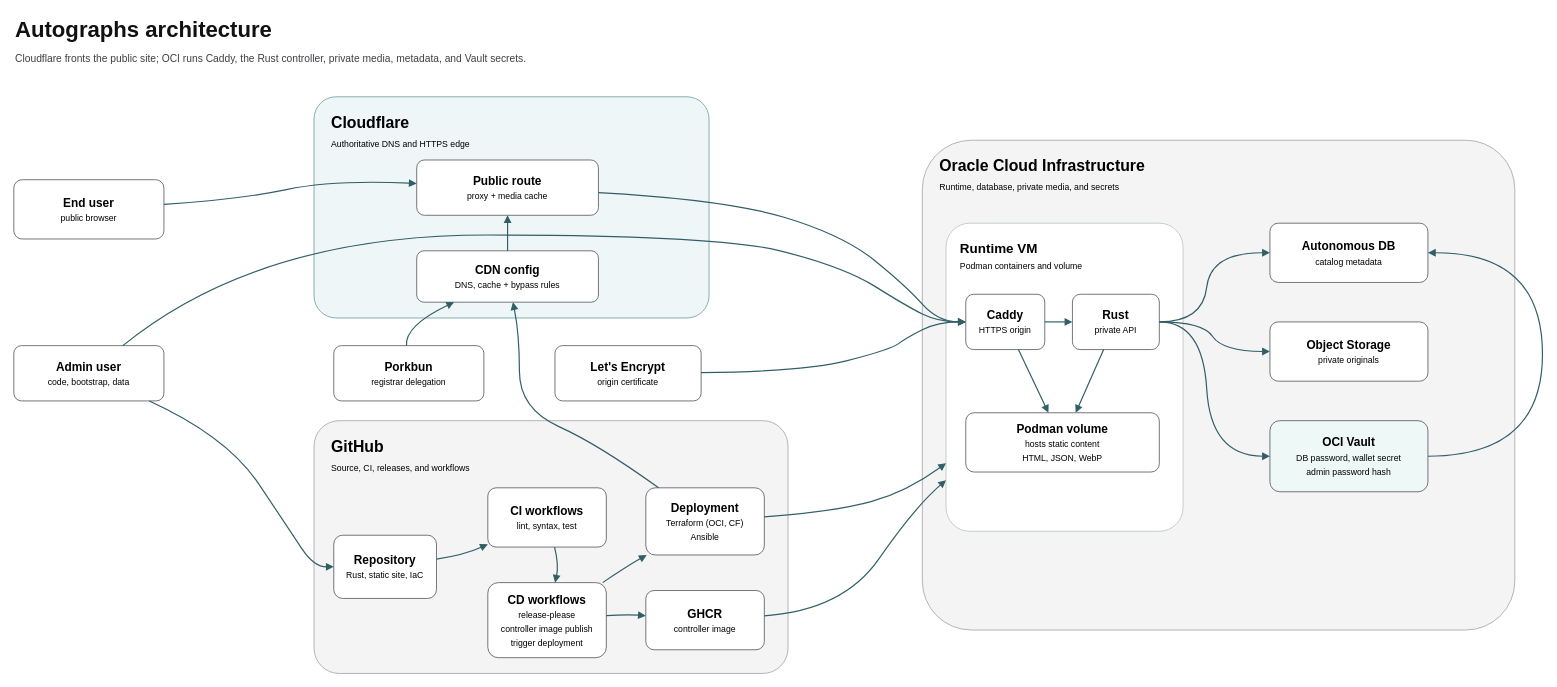
This is docs/architecture.drawio from jetsaredim/autographs, a draw.io file, before an edit. Source tidied: cells renumbered, new cells numbered last; positions are measured from the earlier drawing's top-left corner, leaving out a move shared by most shapes. Both pictures are drawn from the tidied source at 79%, with x=0, y=0 at pixel (13, 13).
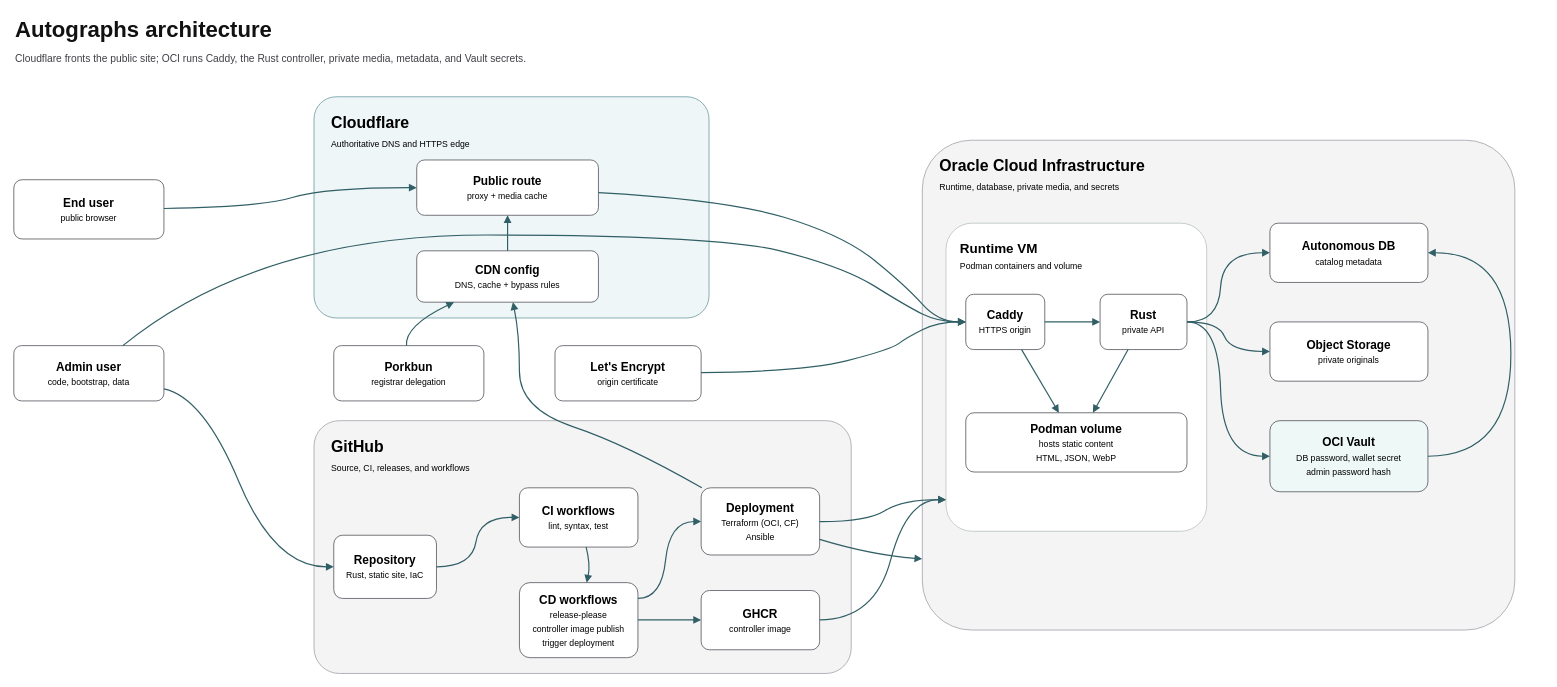
The same diagram, later.

Commit message (it also covers changes not shown here):
docs: refine architecture deployment and workflow flows

The change refers to these unchanged cells:
```xml
<mxCell id="6" value="&lt;b&gt;Oracle Cloud Infrastructure&lt;/b&gt;&lt;br&gt;&lt;font style=&quot;font-size: 11px; font-weight: 400;&quot;&gt;Runtime, database, private media, and secrets&lt;/font&gt;" style="rounded=1;whiteSpace=wrap;html=1;fillColor=#f4f4f5;strokeColor=#a1a1aa;arcSize=10;align=left;verticalAlign=top;spacingLeft=20;spacingTop=14;fontSize=20;fontStyle=1;" parent="1" vertex="1">
  <mxGeometry x="1150" y="160" width="750" height="620" as="geometry" />
</mxCell>
<mxCell id="8" value="&lt;b&gt;Public route&lt;/b&gt;&lt;br&gt;&lt;font style=&quot;font-size: 11px; font-weight: 400;&quot;&gt;proxy + media cache&lt;/font&gt;" style="rounded=1;whiteSpace=wrap;html=1;fillColor=#ffffff;strokeColor=#52525b;arcSize=14;align=center;verticalAlign=middle;fontSize=15;" parent="1" vertex="1">
  <mxGeometry x="510" y="185" width="230" height="70" as="geometry" />
</mxCell>
<mxCell id="9" value="&lt;b&gt;CDN config&lt;/b&gt;&lt;br&gt;&lt;font style=&quot;font-size: 11px; font-weight: 400;&quot;&gt;DNS, cache + bypass rules&lt;/font&gt;" style="rounded=1;whiteSpace=wrap;html=1;fillColor=#ffffff;strokeColor=#52525b;arcSize=14;align=center;verticalAlign=middle;fontSize=15;" parent="1" vertex="1">
  <mxGeometry x="510" y="300" width="230" height="65" as="geometry" />
</mxCell>
<mxCell id="10" value="&lt;b&gt;Repository&lt;/b&gt;&lt;br&gt;&lt;font style=&quot;font-size: 11px; font-weight: 400;&quot;&gt;Rust, static site, IaC&lt;/font&gt;" style="rounded=1;whiteSpace=wrap;html=1;fillColor=#ffffff;strokeColor=#52525b;arcSize=14;align=center;verticalAlign=middle;fontSize=15;" parent="1" vertex="1">
  <mxGeometry x="405" y="660" width="130" height="80" as="geometry" />
</mxCell>
<mxCell id="18" value="&lt;b&gt;Autonomous DB&lt;/b&gt;&lt;br&gt;&lt;font style=&quot;font-size: 11px; font-weight: 400;&quot;&gt;catalog metadata&lt;/font&gt;" style="rounded=1;whiteSpace=wrap;html=1;fillColor=#ffffff;strokeColor=#52525b;arcSize=14;align=center;verticalAlign=middle;fontSize=15;" parent="1" vertex="1">
  <mxGeometry x="1590" y="265" width="200" height="75" as="geometry" />
</mxCell>
<mxCell id="19" value="&lt;b&gt;Object Storage&lt;/b&gt;&lt;br&gt;&lt;font style=&quot;font-size: 11px; font-weight: 400;&quot;&gt;private originals&lt;/font&gt;" style="rounded=1;whiteSpace=wrap;html=1;fillColor=#ffffff;strokeColor=#52525b;arcSize=14;align=center;verticalAlign=middle;fontSize=15;" parent="1" vertex="1">
  <mxGeometry x="1590" y="390" width="200" height="75" as="geometry" />
</mxCell>
<mxCell id="20" value="&lt;b&gt;OCI Vault&lt;/b&gt;&lt;br&gt;&lt;font style=&quot;font-size: 11px; font-weight: 400;&quot;&gt;DB password, wallet secret&lt;br&gt;admin password hash&lt;/font&gt;" style="rounded=1;whiteSpace=wrap;html=1;fillColor=#eef8f6;strokeColor=#52525b;arcSize=14;align=center;verticalAlign=middle;fontSize=15;" parent="1" vertex="1">
  <mxGeometry x="1590" y="515" width="200" height="90" as="geometry" />
</mxCell>
<mxCell id="21" value="&lt;b&gt;End user&lt;/b&gt;&lt;br&gt;&lt;font style=&quot;font-size: 11px; font-weight: 400;&quot;&gt;public browser&lt;/font&gt;" style="rounded=1;whiteSpace=wrap;html=1;fillColor=#ffffff;strokeColor=#52525b;arcSize=14;align=center;verticalAlign=middle;fontSize=15;" parent="1" vertex="1">
  <mxGeometry y="210" width="190" height="75" as="geometry" />
</mxCell>
<mxCell id="23" value="&lt;b&gt;Admin user&lt;/b&gt;&lt;br&gt;&lt;font style=&quot;font-size: 11px; font-weight: 400;&quot;&gt;code, bootstrap, data&lt;/font&gt;" style="rounded=1;whiteSpace=wrap;html=1;fillColor=#ffffff;strokeColor=#52525b;arcSize=14;align=center;verticalAlign=middle;fontSize=15;" parent="1" vertex="1">
  <mxGeometry y="420" width="190" height="70" as="geometry" />
</mxCell>
```

Change to the diagram source:
```diff
@@
     <mxCell id="5" value="&lt;b&gt;GitHub&lt;/b&gt;&lt;br&gt;&lt;font style=&quot;font-size: 11px; font-weight: 400;&quot;&gt;Source, CI, releases, and workflows&lt;/font&gt;" style="rounded=1;whiteSpace=wrap;html=1;fillColor=#f4f4f5;strokeColor=#a1a1aa;arcSize=10;align=left;verticalAlign=top;spacingLeft=20;spacingTop=14;fontSize=20;fontStyle=1;" parent="1" vertex="1">
-      <mxGeometry x="380" y="515" width="600" height="320" as="geometry" />
+      <mxGeometry x="380" y="515" width="680" height="320" as="geometry" />
     </mxCell>
@@
     <mxCell id="7" value="&lt;b&gt;Runtime VM&lt;/b&gt;&lt;br&gt;&lt;font style=&quot;font-size: 11px; font-weight: 400;&quot;&gt;Podman containers and volume&lt;/font&gt;" style="rounded=1;whiteSpace=wrap;html=1;fillColor=#ffffff;strokeColor=#b8c3bf;arcSize=10;align=left;verticalAlign=top;spacingLeft=16;spacingTop=16;fontSize=17;fontStyle=1;" parent="1" vertex="1">
-      <mxGeometry x="1180" y="265" width="300" height="390" as="geometry" />
+      <mxGeometry x="1180" y="265" width="330" height="390" as="geometry" />
     </mxCell>
@@
     <mxCell id="11" value="&lt;b&gt;CI workflows&lt;/b&gt;&lt;br&gt;&lt;font style=&quot;font-size: 11px; font-weight: 400;&quot;&gt;lint, syntax, test&lt;/font&gt;" style="rounded=1;whiteSpace=wrap;html=1;fillColor=#ffffff;strokeColor=#52525b;arcSize=14;align=center;verticalAlign=middle;fontSize=15;" parent="1" vertex="1">
-      <mxGeometry x="600" y="600" width="150" height="75" as="geometry" />
+      <mxGeometry x="640" y="600" width="150" height="75" as="geometry" />
     </mxCell>
     <mxCell id="12" value="&lt;b&gt;CD workflows&lt;/b&gt;&lt;br&gt;&lt;font style=&quot;font-size: 11px; font-weight: 400;&quot;&gt;release-please&lt;br&gt;controller image publish&lt;br&gt;trigger deployment&lt;/font&gt;" style="rounded=1;whiteSpace=wrap;html=1;fillColor=#ffffff;strokeColor=#52525b;arcSize=14;align=center;verticalAlign=middle;fontSize=15;" parent="1" vertex="1">
-      <mxGeometry x="600" y="720" width="150" height="95" as="geometry" />
+      <mxGeometry x="640" y="720" width="150" height="95" as="geometry" />
     </mxCell>
     <mxCell id="13" value="&lt;b&gt;Deployment&lt;/b&gt;&lt;br&gt;&lt;font style=&quot;font-size: 11px; font-weight: 400;&quot;&gt;Terraform (OCI, CF)&lt;br&gt;Ansible&lt;/font&gt;" style="rounded=1;whiteSpace=wrap;html=1;fillColor=#ffffff;strokeColor=#52525b;arcSize=14;align=center;verticalAlign=middle;fontSize=15;" parent="1" vertex="1">
-      <mxGeometry x="800" y="600" width="150" height="85" as="geometry" />
+      <mxGeometry x="870" y="600" width="150" height="85" as="geometry" />
     </mxCell>
     <mxCell id="14" value="&lt;b&gt;GHCR&lt;/b&gt;&lt;br&gt;&lt;font style=&quot;font-size: 11px; font-weight: 400;&quot;&gt;controller image&lt;/font&gt;" style="rounded=1;whiteSpace=wrap;html=1;fillColor=#ffffff;strokeColor=#52525b;arcSize=14;align=center;verticalAlign=middle;fontSize=15;" parent="1" vertex="1">
-      <mxGeometry x="800" y="730" width="150" height="75" as="geometry" />
+      <mxGeometry x="870" y="730" width="150" height="75" as="geometry" />
     </mxCell>
@@
     <mxCell id="16" value="&lt;b&gt;Rust&lt;/b&gt;&lt;br&gt;&lt;font style=&quot;font-size: 11px; font-weight: 400;&quot;&gt;private API&lt;/font&gt;" style="rounded=1;whiteSpace=wrap;html=1;fillColor=#ffffff;strokeColor=#52525b;arcSize=14;align=center;verticalAlign=middle;fontSize=15;" parent="1" vertex="1">
-      <mxGeometry x="1340" y="355" width="110" height="70" as="geometry" />
+      <mxGeometry x="1375" y="355" width="110" height="70" as="geometry" />
     </mxCell>
     <mxCell id="17" value="&lt;b&gt;Podman volume&lt;/b&gt;&lt;br&gt;&lt;font style=&quot;font-size: 11px; font-weight: 400;&quot;&gt;hosts static content&lt;br&gt;HTML, JSON, WebP&lt;/font&gt;" style="rounded=1;whiteSpace=wrap;html=1;fillColor=#ffffff;strokeColor=#52525b;arcSize=14;align=center;verticalAlign=middle;fontSize=15;" parent="1" vertex="1">
-      <mxGeometry x="1205" y="505" width="245" height="75" as="geometry" />
+      <mxGeometry x="1205" y="505" width="280" height="75" as="geometry" />
     </mxCell>
@@
     <mxCell id="25" style="endArrow=block;html=1;rounded=1;curved=1;strokeColor=#315f66;strokeWidth=1.5;fontSize=11;fontColor=#315f66;labelBackgroundColor=#ffffff;" parent="1" edge="1" source="21" target="8">
       <mxGeometry relative="1" as="geometry">
         <Array as="points">
-          <mxPoint x="285" y="235" />
-          <mxPoint x="405" y="210" />
+          <mxPoint x="310" y="245" />
+          <mxPoint x="395" y="220" />
         </Array>
       </mxGeometry>
     </mxCell>
@@
-    <mxCell id="30" style="endArrow=block;html=1;rounded=1;curved=1;strokeColor=#315f66;strokeWidth=1.5;fontSize=11;fontColor=#315f66;labelBackgroundColor=#ffffff;" parent="1" edge="1" source="23" target="10">
+    <mxCell id="30" style="endArrow=block;html=1;rounded=1;curved=1;strokeColor=#315f66;strokeWidth=1.5;fontSize=11;fontColor=#315f66;labelBackgroundColor=#ffffff;entryX=0;entryY=0.5;" parent="1" edge="1" source="23" target="10">
       <mxGeometry relative="1" as="geometry">
         <Array as="points">
-          <mxPoint x="270" y="535" />
-          <mxPoint x="350" y="655" />
-          <mxPoint x="380" y="700" />
+          <mxPoint x="240" y="485" />
+          <mxPoint x="330" y="700" />
         </Array>
       </mxGeometry>
     </mxCell>
-    <mxCell id="31" style="endArrow=block;html=1;rounded=1;curved=1;strokeColor=#315f66;strokeWidth=1.5;fontSize=11;fontColor=#315f66;labelBackgroundColor=#ffffff;" parent="1" edge="1" source="10" target="11">
+    <mxCell id="31" style="endArrow=block;html=1;rounded=1;curved=1;strokeColor=#315f66;strokeWidth=1.5;fontSize=11;fontColor=#315f66;labelBackgroundColor=#ffffff;exitX=1;exitY=0.5;entryX=0;entryY=0.5;" parent="1" edge="1" source="10" target="11">
       <mxGeometry relative="1" as="geometry">
         <Array as="points">
-          <mxPoint x="570" y="685" />
+          <mxPoint x="580" y="700" />
+          <mxPoint x="590" y="637" />
         </Array>
       </mxGeometry>
     </mxCell>
     <mxCell id="32" style="endArrow=block;html=1;rounded=1;curved=1;strokeColor=#315f66;strokeWidth=1.5;fontSize=11;fontColor=#315f66;labelBackgroundColor=#ffffff;" parent="1" edge="1" source="11" target="12">
       <mxGeometry relative="1" as="geometry">
         <Array as="points">
-          <mxPoint x="690" y="697" />
+          <mxPoint x="730" y="697" />
         </Array>
       </mxGeometry>
     </mxCell>
     <mxCell id="33" style="endArrow=block;html=1;rounded=1;curved=1;strokeColor=#315f66;strokeWidth=1.5;fontSize=11;fontColor=#315f66;labelBackgroundColor=#ffffff;" parent="1" edge="1" source="12" target="14">
       <mxGeometry relative="1" as="geometry">
         <Array as="points">
-          <mxPoint x="775" y="760" />
+          <mxPoint x="825" y="767" />
         </Array>
       </mxGeometry>
     </mxCell>
-    <mxCell id="34" style="endArrow=block;html=1;rounded=1;curved=1;strokeColor=#315f66;strokeWidth=1.5;fontSize=11;fontColor=#315f66;labelBackgroundColor=#ffffff;" parent="1" edge="1" source="12" target="13">
+    <mxCell id="34" style="endArrow=block;html=1;rounded=1;curved=1;strokeColor=#315f66;strokeWidth=1.5;fontSize=11;fontColor=#315f66;labelBackgroundColor=#ffffff;exitX=1;exitY=0.2105;entryX=0;entryY=0.5;" parent="1" edge="1" source="12" target="13">
       <mxGeometry relative="1" as="geometry">
         <Array as="points">
-          <mxPoint x="775" y="700" />
+          <mxPoint x="820" y="740" />
+          <mxPoint x="830" y="643" />
         </Array>
       </mxGeometry>
     </mxCell>
+    <mxCell id="46" style="endArrow=block;html=1;rounded=1;curved=1;strokeColor=#315f66;strokeWidth=1.5;fontSize=11;fontColor=#315f66;labelBackgroundColor=#ffffff;entryX=0;entryY=0.8974;" parent="1" edge="1" source="13" target="7">
+      <mxGeometry relative="1" as="geometry">
+        <Array as="points">
+          <mxPoint x="1080" y="643" />
+          <mxPoint x="1125" y="615" />
+        </Array>
+      </mxGeometry>
+    </mxCell>
-    <mxCell id="35" style="endArrow=block;html=1;rounded=1;curved=1;strokeColor=#315f66;strokeWidth=1.5;fontSize=11;fontColor=#315f66;labelBackgroundColor=#ffffff;" parent="1" edge="1" source="13" target="7">
+    <mxCell id="35" style="endArrow=block;html=1;rounded=1;curved=1;strokeColor=#315f66;strokeWidth=1.5;fontSize=11;fontColor=#315f66;labelBackgroundColor=#ffffff;entryX=0;entryY=0.8548;" parent="1" edge="1" source="13" target="6">
       <mxGeometry relative="1" as="geometry">
         <Array as="points">
-          <mxPoint x="1040" y="630" />
-          <mxPoint x="1130" y="605" />
+          <mxPoint x="1085" y="685" />
         </Array>
       </mxGeometry>
     </mxCell>
     <mxCell id="36" style="endArrow=block;html=1;rounded=1;curved=1;strokeColor=#315f66;strokeWidth=1.5;fontSize=11;fontColor=#315f66;labelBackgroundColor=#ffffff;" parent="1" edge="1" source="13" target="9">
       <mxGeometry relative="1" as="geometry">
         <Array as="points">
-          <mxPoint x="740" y="545" />
+          <mxPoint x="775" y="545" />
           <mxPoint x="640" y="500" />
           <mxPoint x="640" y="405" />
         </Array>
       </mxGeometry>
     </mxCell>
-    <mxCell id="37" style="endArrow=block;html=1;rounded=1;curved=1;strokeColor=#315f66;strokeWidth=1.5;fontSize=11;fontColor=#315f66;labelBackgroundColor=#ffffff;" parent="1" edge="1" source="14" target="7">
+    <mxCell id="37" style="endArrow=block;html=1;rounded=1;curved=1;strokeColor=#315f66;strokeWidth=1.5;fontSize=11;fontColor=#315f66;labelBackgroundColor=#ffffff;entryX=0;entryY=0.8974;" parent="1" edge="1" source="14" target="7">
       <mxGeometry relative="1" as="geometry">
         <Array as="points">
-          <mxPoint x="1050" y="755" />
-          <mxPoint x="1140" y="625" />
+          <mxPoint x="1090" y="767" />
+          <mxPoint x="1130" y="615" />
         </Array>
       </mxGeometry>
     </mxCell>
@@
     <mxCell id="42" style="endArrow=block;html=1;rounded=1;curved=1;strokeColor=#315f66;strokeWidth=1.5;fontSize=11;fontColor=#315f66;labelBackgroundColor=#ffffff;exitX=1;exitY=0.5;entryX=0;entryY=0.5;" parent="1" edge="1" source="16" target="18">
       <mxGeometry relative="1" as="geometry">
         <Array as="points">
-          <mxPoint x="1505" y="390" />
-          <mxPoint x="1515" y="302" />
+          <mxPoint x="1525" y="390" />
+          <mxPoint x="1530" y="302" />
         </Array>
       </mxGeometry>
     </mxCell>
     <mxCell id="43" style="endArrow=block;html=1;rounded=1;curved=1;strokeColor=#315f66;strokeWidth=1.5;fontSize=11;fontColor=#315f66;labelBackgroundColor=#ffffff;exitX=1;exitY=0.5;entryX=0;entryY=0.5;" parent="1" edge="1" source="16" target="19">
       <mxGeometry relative="1" as="geometry">
         <Array as="points">
-          <mxPoint x="1505" y="390" />
-          <mxPoint x="1530" y="427" />
+          <mxPoint x="1525" y="390" />
+          <mxPoint x="1540" y="427" />
         </Array>
       </mxGeometry>
     </mxCell>
     <mxCell id="44" style="endArrow=block;html=1;rounded=1;curved=1;strokeColor=#315f66;strokeWidth=1.5;fontSize=11;fontColor=#315f66;labelBackgroundColor=#ffffff;exitX=1;exitY=0.5;entryX=0;entryY=0.5;" parent="1" edge="1" source="16" target="20">
       <mxGeometry relative="1" as="geometry">
         <Array as="points">
-          <mxPoint x="1505" y="390" />
-          <mxPoint x="1515" y="560" />
+          <mxPoint x="1525" y="390" />
+          <mxPoint x="1530" y="560" />
         </Array>
       </mxGeometry>
     </mxCell>
     <mxCell id="45" style="endArrow=block;html=1;rounded=1;curved=1;strokeColor=#315f66;strokeWidth=1.5;fontSize=11;fontColor=#315f66;labelBackgroundColor=#ffffff;exitX=1;exitY=0.5;entryX=1;entryY=0.5;" parent="1" edge="1" source="20" target="18">
       <mxGeometry relative="1" as="geometry">
         <Array as="points">
-          <mxPoint x="1935" y="560" />
-          <mxPoint x="1935" y="302" />
+          <mxPoint x="1895" y="560" />
+          <mxPoint x="1895" y="302" />
         </Array>
       </mxGeometry>
     </mxCell>
```
